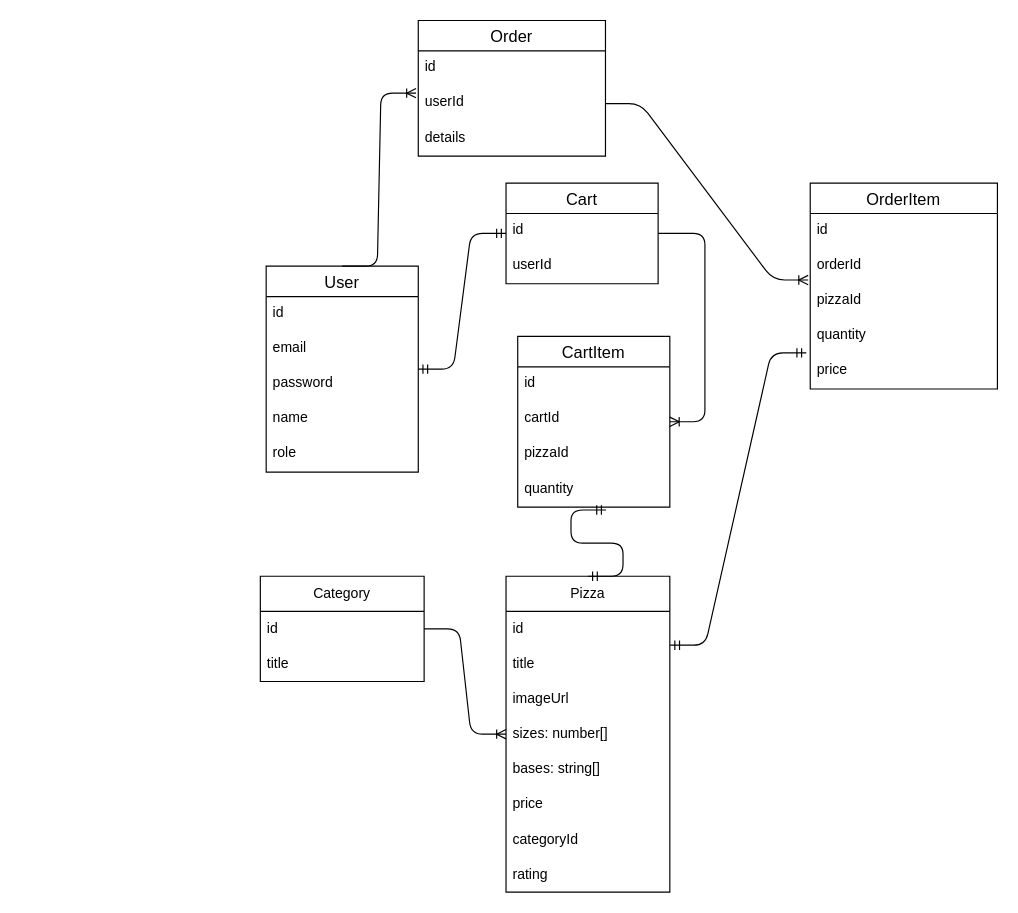
This is database.drawio from Nik68rus/pizza, a draw.io file, before an edit. Source tidied: cells renumbered, new cells numbered last; positions are measured from the earlier drawing's top-left corner, leaving out a move shared by most shapes. Both pictures are drawn from the tidied source at 117%, with x=0, y=0 at pixel (260, 20).
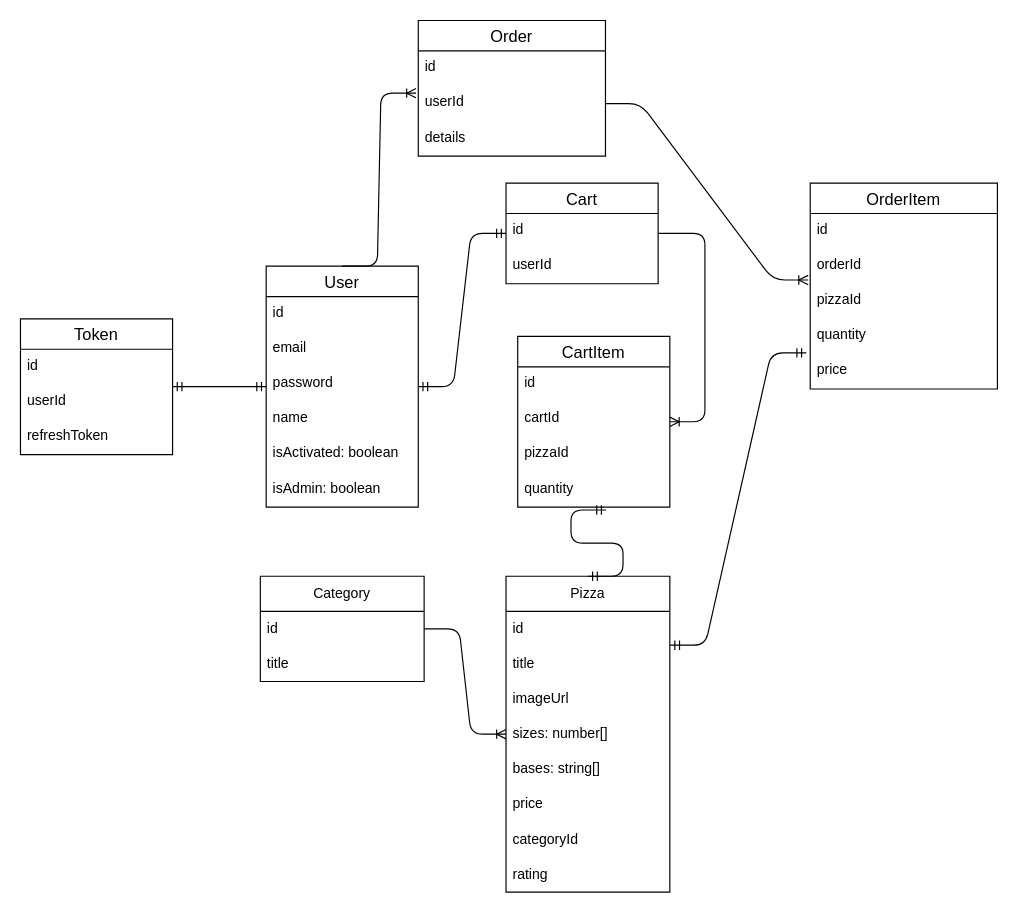
The same diagram, later.

The edit, as a diff of the source:
```diff
@@
     <mxCell id="14" value="User" style="swimlane;fontStyle=0;horizontal=1;startSize=26;align=center;fontSize=14;rounded=0;" parent="1" vertex="1">
-      <mxGeometry x="5" y="210" width="130" height="176" as="geometry" />
+      <mxGeometry x="5" y="210" width="130" height="206" as="geometry" />
     </mxCell>
@@
-    <mxCell id="19" value="role" style="text;strokeColor=none;fillColor=none;spacingLeft=4;spacingRight=4;overflow=hidden;fontSize=12;rounded=0;" parent="14" vertex="1">
+    <mxCell id="19" value="isActivated: boolean" style="text;strokeColor=none;fillColor=none;spacingLeft=4;spacingRight=4;overflow=hidden;fontSize=12;rounded=0;" parent="14" vertex="1">
       <mxGeometry y="146" width="130" height="30" as="geometry" />
     </mxCell>
+    <mxCell id="45" value="isAdmin: boolean" style="text;strokeColor=none;fillColor=none;spacingLeft=4;spacingRight=4;overflow=hidden;fontSize=12;rounded=0;" parent="14" vertex="1">
+      <mxGeometry y="176" width="130" height="30" as="geometry" />
+    </mxCell>
@@
+    <mxCell id="46" value="Token" style="swimlane;fontStyle=0;horizontal=1;startSize=26;align=center;fontSize=14;rounded=0;" parent="1" vertex="1">
+      <mxGeometry x="-205" y="255" width="130" height="116" as="geometry" />
+    </mxCell>
+    <mxCell id="47" value="id" style="text;strokeColor=none;fillColor=none;spacingLeft=4;spacingRight=4;overflow=hidden;fontSize=12;rounded=0;" parent="46" vertex="1">
+      <mxGeometry y="26" width="130" height="30" as="geometry" />
+    </mxCell>
+    <mxCell id="48" value="userId" style="text;strokeColor=none;fillColor=none;spacingLeft=4;spacingRight=4;overflow=hidden;fontSize=12;rounded=0;" parent="46" vertex="1">
+      <mxGeometry y="56" width="130" height="30" as="geometry" />
+    </mxCell>
+    <mxCell id="49" value="refreshToken" style="text;strokeColor=none;fillColor=none;spacingLeft=4;spacingRight=4;overflow=hidden;fontSize=12;rounded=0;" parent="46" vertex="1">
+      <mxGeometry y="86" width="130" height="30" as="geometry" />
+    </mxCell>
+    <mxCell id="50" style="edgeStyle=entityRelationEdgeStyle;fontSize=12;html=1;endArrow=ERmandOne;startArrow=ERmandOne;rounded=1;" parent="1" edge="1" source="46" target="14">
+      <mxGeometry relative="1" as="geometry" />
+    </mxCell>
```
